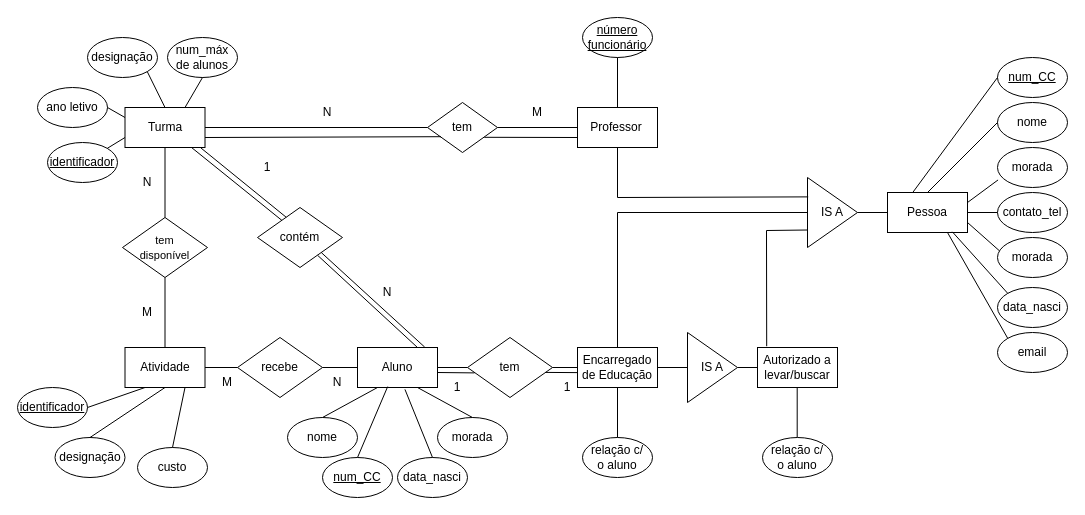
Before: DiagramaEx4.drawio in rtavares018/BD, a draw.io diagram. Source tidied: cells renumbered, new cells numbered last; positions are measured from the earlier drawing's top-left corner, leaving out a move shared by most shapes. Both pictures are drawn from the tidied source at 100%, with x=0, y=0 at pixel (17, 17).
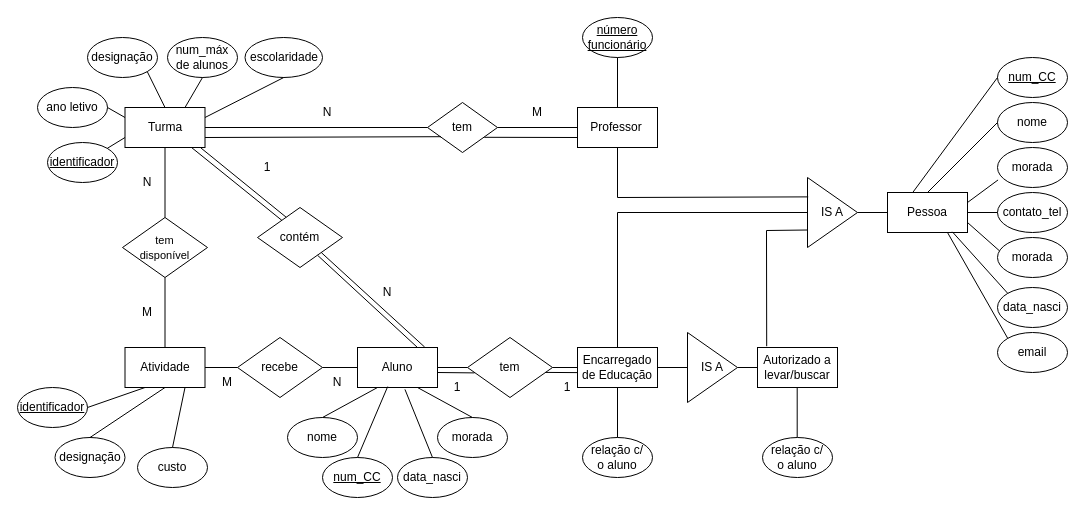
The same diagram, later.

Unchanged cells that the change refers to:
```xml
<mxCell id="3" value="Turma" style="rounded=0;whiteSpace=wrap;html=1;" parent="1" vertex="1">
  <mxGeometry x="107.5" y="90" width="80" height="40" as="geometry" />
</mxCell>
```

Change to the diagram source:
```diff
@@
+    <mxCell id="90" value="escolaridade" style="ellipse;whiteSpace=wrap;html=1;" parent="1" vertex="1">
+      <mxGeometry x="227.5" y="20" width="77.5" height="40" as="geometry" />
+    </mxCell>
+    <mxCell id="91" style="endArrow=none;html=1;rounded=0;entryX=0.5;entryY=1;entryDx=0;entryDy=0;exitX=1;exitY=0.25;exitDx=0;exitDy=0;" parent="1" edge="1" source="3" target="90">
+      <mxGeometry relative="1" as="geometry" />
+    </mxCell>
```
